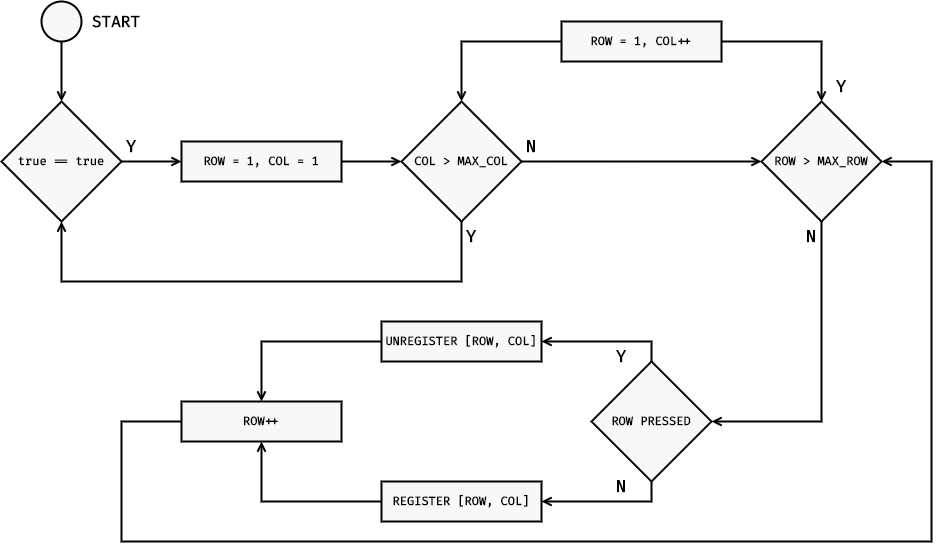
tschiboka/RiffMaster keeps this draw.io diagram as Images/Diagrams/Keyboard Scanning.png. Above is the earlier version. Source tidied: cells renumbered, new cells last; positions are measured from the earlier drawing's top-left corner, leaving out a move shared by most shapes.
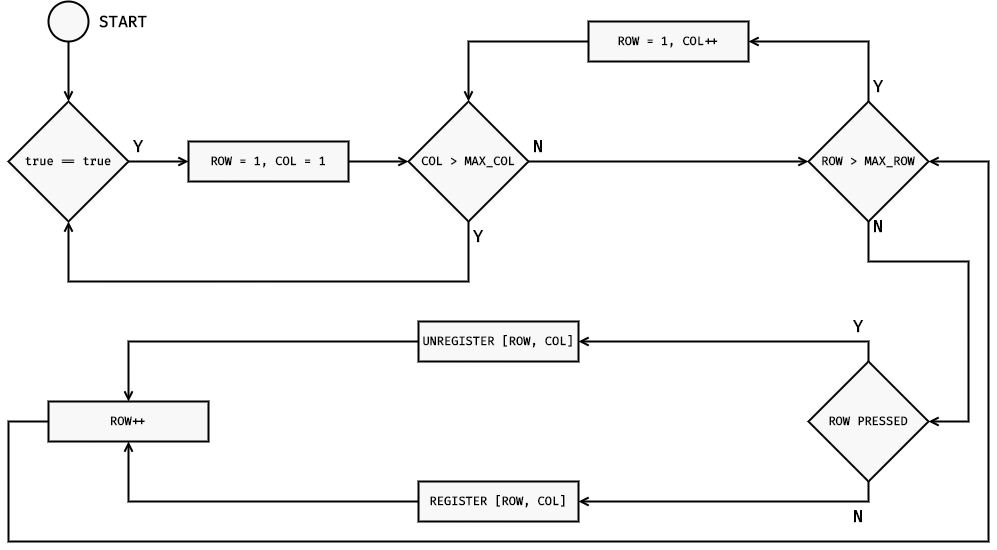
Later version of the same file.

What changed in the source:
```diff
@@ -34,68 +34,77 @@
     <mxCell id="10" value="&lt;font style=&quot;font-size: 17px;&quot;&gt;Y&lt;/font&gt;" style="rounded=0;whiteSpace=wrap;html=1;fillColor=none;fontSize=17;fontFamily=Fira Code;fontSource=https%3A%2F%2Ffonts.googleapis.com%2Fcss%3Ffamily%3DFira%2BCode;fontStyle=1;strokeWidth=2;strokeColor=none;" parent="1" vertex="1">
       <mxGeometry x="120" y="130" width="20" height="30" as="geometry" />
     </mxCell>
+    <mxCell id="33" style="edgeStyle=orthogonalEdgeStyle;rounded=0;jettySize=auto;html=1;entryX=1;entryY=0.5;entryDx=0;entryDy=0;fontFamily=Fira Code;fontSource=https%3A%2F%2Ffonts.googleapis.com%2Fcss%3Ffamily%3DFira%2BCode;fontSize=16;endArrow=open;endFill=0;strokeWidth=2;" parent="1" edge="1" source="12" target="30">
+      <mxGeometry relative="1" as="geometry">
+        <Array as="points">
+          <mxPoint x="860" y="40" />
+        </Array>
+      </mxGeometry>
+    </mxCell>
-    <mxCell id="11" style="edgeStyle=orthogonalEdgeStyle;rounded=0;jettySize=auto;html=1;fontFamily=Fira Code;fontSource=https%3A%2F%2Ffonts.googleapis.com%2Fcss%3Ffamily%3DFira%2BCode;fontSize=16;endArrow=open;endFill=0;strokeWidth=2;entryX=1;entryY=0.5;entryDx=0;entryDy=0;" parent="1" edge="1" target="15">
+    <mxCell id="11" style="edgeStyle=orthogonalEdgeStyle;rounded=0;orthogonalLoop=1;jettySize=auto;html=1;entryX=1;entryY=0.5;entryDx=0;entryDy=0;fontFamily=Fira Code;fontSource=https%3A%2F%2Ffonts.googleapis.com%2Fcss%3Ffamily%3DFira%2BCode;fontSize=16;endArrow=open;endFill=0;strokeWidth=2;" parent="1" edge="1">
       <mxGeometry relative="1" as="geometry">
-        <mxPoint x="820" y="220" as="sourcePoint" />
+        <mxPoint x="860" y="220" as="sourcePoint" />
+        <mxPoint x="920" y="420" as="targetPoint" />
         <Array as="points">
-          <mxPoint x="820" y="420" />
+          <mxPoint x="860" y="260" />
+          <mxPoint x="960" y="260" />
+          <mxPoint x="960" y="420" />
         </Array>
       </mxGeometry>
     </mxCell>
     <mxCell id="12" value="&lt;font face=&quot;Fira Code&quot;&gt;&lt;b&gt;ROW &amp;gt; MAX_ROW&lt;/b&gt;&lt;/font&gt;" style="rhombus;whiteSpace=wrap;html=1;strokeWidth=2;fillColor=#F8F8F8;" parent="1" vertex="1">
-      <mxGeometry x="760" y="100" width="120" height="120" as="geometry" />
+      <mxGeometry x="800" y="100" width="120" height="120" as="geometry" />
     </mxCell>
     <mxCell id="13" style="edgeStyle=orthogonalEdgeStyle;rounded=0;jettySize=auto;html=1;entryX=1;entryY=0.5;entryDx=0;entryDy=0;fontFamily=Fira Code;fontSource=https%3A%2F%2Ffonts.googleapis.com%2Fcss%3Ffamily%3DFira%2BCode;fontSize=16;endArrow=open;endFill=0;strokeWidth=2;exitX=0.5;exitY=0;exitDx=0;exitDy=0;" parent="1" edge="1" source="15" target="19">
       <mxGeometry relative="1" as="geometry">
         <Array as="points">
-          <mxPoint x="650" y="340" />
+          <mxPoint x="860" y="340" />
         </Array>
       </mxGeometry>
     </mxCell>
-    <mxCell id="14" style="edgeStyle=orthogonalEdgeStyle;rounded=0;jettySize=auto;html=1;fontFamily=Fira Code;fontSource=https%3A%2F%2Ffonts.googleapis.com%2Fcss%3Ffamily%3DFira%2BCode;fontSize=16;endArrow=open;endFill=0;strokeWidth=2;exitX=0.5;exitY=1;exitDx=0;exitDy=0;entryX=1;entryY=0.5;entryDx=0;entryDy=0;" parent="1" edge="1" source="15" target="17">
+    <mxCell id="14" style="edgeStyle=orthogonalEdgeStyle;rounded=0;jettySize=auto;html=1;entryX=1;entryY=0.5;entryDx=0;entryDy=0;fontFamily=Fira Code;fontSource=https%3A%2F%2Ffonts.googleapis.com%2Fcss%3Ffamily%3DFira%2BCode;fontSize=16;endArrow=open;endFill=0;strokeWidth=2;exitX=0.5;exitY=1;exitDx=0;exitDy=0;" parent="1" edge="1" source="15" target="17">
       <mxGeometry relative="1" as="geometry">
         <Array as="points">
-          <mxPoint x="650" y="500" />
+          <mxPoint x="860" y="500" />
         </Array>
       </mxGeometry>
     </mxCell>
     <mxCell id="15" value="&lt;font face=&quot;Fira Code&quot;&gt;&lt;b&gt;ROW PRESSED&lt;/b&gt;&lt;/font&gt;" style="rhombus;whiteSpace=wrap;html=1;strokeWidth=2;fillColor=#F8F8F8;" parent="1" vertex="1">
-      <mxGeometry x="590" y="360" width="120" height="120" as="geometry" />
+      <mxGeometry x="800" y="360" width="120" height="120" as="geometry" />
     </mxCell>
     <mxCell id="16" style="edgeStyle=orthogonalEdgeStyle;rounded=0;jettySize=auto;html=1;entryX=0.5;entryY=1;entryDx=0;entryDy=0;fontFamily=Fira Code;fontSource=https%3A%2F%2Ffonts.googleapis.com%2Fcss%3Ffamily%3DFira%2BCode;fontSize=16;endArrow=open;endFill=0;strokeWidth=2;" parent="1" edge="1" source="17" target="21">
       <mxGeometry relative="1" as="geometry" />
     </mxCell>
     <mxCell id="17" value="&lt;font face=&quot;Fira Code&quot;&gt;&lt;b&gt;REGISTER [ROW, COL]&lt;/b&gt;&lt;/font&gt;" style="rounded=0;whiteSpace=wrap;html=1;strokeWidth=2;fillColor=#F8F8F8;" parent="1" vertex="1">
-      <mxGeometry x="380" y="480" width="160" height="40" as="geometry" />
+      <mxGeometry x="410" y="480" width="160" height="40" as="geometry" />
     </mxCell>
     <mxCell id="18" style="edgeStyle=orthogonalEdgeStyle;rounded=0;jettySize=auto;html=1;entryX=0.5;entryY=0;entryDx=0;entryDy=0;fontFamily=Fira Code;fontSource=https%3A%2F%2Ffonts.googleapis.com%2Fcss%3Ffamily%3DFira%2BCode;fontSize=16;endArrow=open;endFill=0;strokeWidth=2;" parent="1" edge="1" source="19" target="21">
       <mxGeometry relative="1" as="geometry" />
     </mxCell>
     <mxCell id="19" value="&lt;font face=&quot;Fira Code&quot;&gt;&lt;b&gt;UNREGISTER [ROW, COL]&lt;/b&gt;&lt;/font&gt;" style="rounded=0;whiteSpace=wrap;html=1;strokeWidth=2;fillColor=#F8F8F8;" parent="1" vertex="1">
-      <mxGeometry x="380" y="320" width="160" height="40" as="geometry" />
+      <mxGeometry x="410" y="320" width="160" height="40" as="geometry" />
     </mxCell>
-    <mxCell id="20" style="edgeStyle=orthogonalEdgeStyle;rounded=0;jettySize=auto;html=1;fontFamily=Fira Code;fontSource=https%3A%2F%2Ffonts.googleapis.com%2Fcss%3Ffamily%3DFira%2BCode;fontSize=16;endArrow=open;endFill=0;strokeWidth=2;entryX=1;entryY=0.5;entryDx=0;entryDy=0;" parent="1" edge="1" target="12">
+    <mxCell id="20" style="edgeStyle=orthogonalEdgeStyle;rounded=0;jettySize=auto;html=1;entryX=1;entryY=0.5;entryDx=0;entryDy=0;fontFamily=Fira Code;fontSource=https%3A%2F%2Ffonts.googleapis.com%2Fcss%3Ffamily%3DFira%2BCode;fontSize=16;endArrow=open;endFill=0;strokeWidth=2;" parent="1" edge="1" source="21" target="12">
       <mxGeometry relative="1" as="geometry">
-        <mxPoint x="300" y="420" as="sourcePoint" />
         <Array as="points">
-          <mxPoint x="120" y="420" />
-          <mxPoint x="120" y="540" />
-          <mxPoint x="930" y="540" />
-          <mxPoint x="930" y="160" />
+          <mxPoint y="420" />
+          <mxPoint y="540" />
+          <mxPoint x="980" y="540" />
+          <mxPoint x="980" y="160" />
         </Array>
       </mxGeometry>
     </mxCell>
     <mxCell id="21" value="&lt;font face=&quot;Fira Code&quot;&gt;&lt;b&gt;ROW++&lt;/b&gt;&lt;/font&gt;" style="rounded=0;whiteSpace=wrap;html=1;strokeWidth=2;fillColor=#F8F8F8;" parent="1" vertex="1">
-      <mxGeometry x="180" y="400" width="160" height="40" as="geometry" />
+      <mxGeometry x="40" y="400" width="160" height="40" as="geometry" />
     </mxCell>
     <mxCell id="22" value="&lt;font style=&quot;font-size: 17px;&quot;&gt;Y&lt;/font&gt;" style="rounded=0;whiteSpace=wrap;html=1;fillColor=none;fontSize=17;fontFamily=Fira Code;fontSource=https%3A%2F%2Ffonts.googleapis.com%2Fcss%3Ffamily%3DFira%2BCode;fontStyle=1;strokeWidth=2;strokeColor=none;" parent="1" vertex="1">
-      <mxGeometry x="830" y="70" width="20" height="30" as="geometry" />
+      <mxGeometry x="860" y="70" width="20" height="30" as="geometry" />
     </mxCell>
     <mxCell id="23" value="&lt;font style=&quot;font-size: 17px;&quot;&gt;N&lt;/font&gt;" style="rounded=0;whiteSpace=wrap;html=1;fillColor=none;fontSize=17;fontFamily=Fira Code;fontSource=https%3A%2F%2Ffonts.googleapis.com%2Fcss%3Ffamily%3DFira%2BCode;fontStyle=1;strokeWidth=2;strokeColor=none;" parent="1" vertex="1">
-      <mxGeometry x="610" y="470" width="20" height="30" as="geometry" />
+      <mxGeometry x="840" y="500" width="20" height="30" as="geometry" />
     </mxCell>
     <mxCell id="24" value="&lt;font style=&quot;font-size: 17px;&quot;&gt;Y&lt;/font&gt;" style="rounded=0;whiteSpace=wrap;html=1;fillColor=none;fontSize=17;fontFamily=Fira Code;fontSource=https%3A%2F%2Ffonts.googleapis.com%2Fcss%3Ffamily%3DFira%2BCode;fontStyle=1;strokeWidth=2;strokeColor=none;" parent="1" vertex="1">
-      <mxGeometry x="610" y="340" width="20" height="30" as="geometry" />
+      <mxGeometry x="840" y="310" width="20" height="30" as="geometry" />
     </mxCell>
     <mxCell id="25" style="edgeStyle=orthogonalEdgeStyle;rounded=0;jettySize=auto;html=1;entryX=0.5;entryY=0;entryDx=0;entryDy=0;fontFamily=Fira Code;fontSource=https%3A%2F%2Ffonts.googleapis.com%2Fcss%3Ffamily%3DFira%2BCode;fontSize=17;endArrow=open;endFill=0;strokeWidth=2;" parent="1" edge="1" source="26" target="5">
       <mxGeometry relative="1" as="geometry" />
@@ -109,17 +118,14 @@
     <mxCell id="28" style="edgeStyle=orthogonalEdgeStyle;rounded=0;jettySize=auto;html=1;entryX=0.5;entryY=0;entryDx=0;entryDy=0;fontFamily=Fira Code;fontSource=https%3A%2F%2Ffonts.googleapis.com%2Fcss%3Ffamily%3DFira%2BCode;fontSize=16;endArrow=open;endFill=0;strokeWidth=2;" parent="1" edge="1" source="30" target="8">
       <mxGeometry relative="1" as="geometry" />
     </mxCell>
-    <mxCell id="29" style="edgeStyle=orthogonalEdgeStyle;rounded=0;jettySize=auto;html=1;entryX=0.5;entryY=0;entryDx=0;entryDy=0;strokeWidth=2;endArrow=open;endFill=0;" parent="1" edge="1" source="30" target="12">
-      <mxGeometry relative="1" as="geometry" />
-    </mxCell>
     <mxCell id="30" value="&lt;font face=&quot;Fira Code&quot;&gt;&lt;b&gt;ROW = 1, COL++&lt;/b&gt;&lt;/font&gt;" style="rounded=0;whiteSpace=wrap;html=1;strokeWidth=2;fillColor=#F8F8F8;" parent="1" vertex="1">
-      <mxGeometry x="560" y="20" width="160" height="40" as="geometry" />
+      <mxGeometry x="580" y="20" width="160" height="40" as="geometry" />
     </mxCell>
     <mxCell id="31" value="&lt;font style=&quot;font-size: 17px;&quot;&gt;N&lt;/font&gt;" style="rounded=0;whiteSpace=wrap;html=1;fillColor=none;fontSize=17;fontFamily=Fira Code;fontSource=https%3A%2F%2Ffonts.googleapis.com%2Fcss%3Ffamily%3DFira%2BCode;fontStyle=1;strokeWidth=2;strokeColor=none;" parent="1" vertex="1">
       <mxGeometry x="520" y="130" width="20" height="30" as="geometry" />
     </mxCell>
     <mxCell id="32" value="&lt;font style=&quot;font-size: 17px;&quot;&gt;N&lt;/font&gt;" style="rounded=0;whiteSpace=wrap;html=1;fillColor=none;fontSize=17;fontFamily=Fira Code;fontSource=https%3A%2F%2Ffonts.googleapis.com%2Fcss%3Ffamily%3DFira%2BCode;fontStyle=1;strokeWidth=2;strokeColor=none;" parent="1" vertex="1">
-      <mxGeometry x="800" y="220" width="20" height="30" as="geometry" />
+      <mxGeometry x="860" y="210" width="20" height="30" as="geometry" />
     </mxCell>
   </root>
 </mxGraphModel>
```
